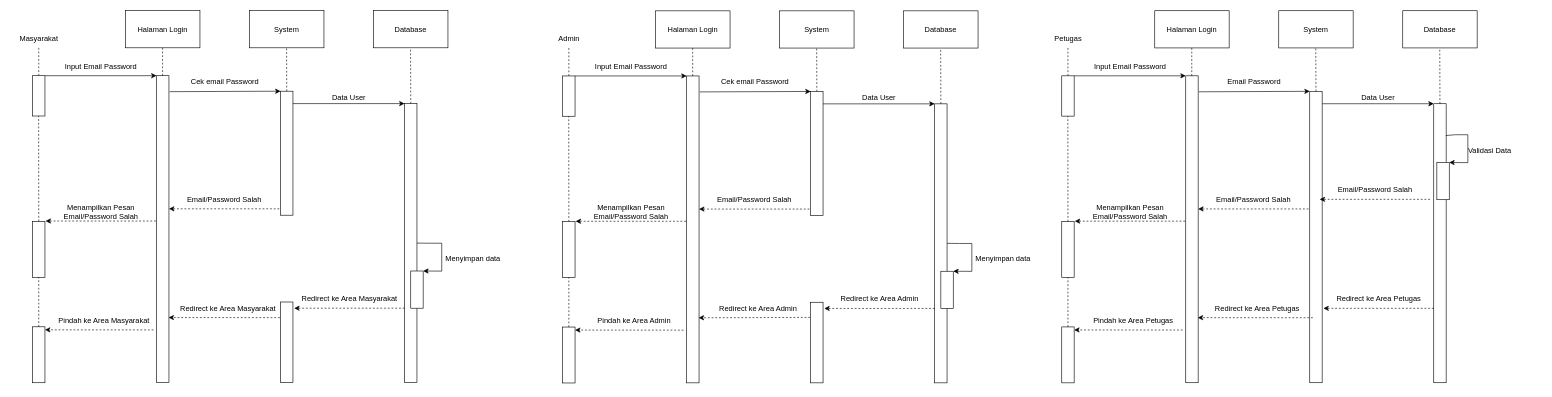
The draw.io diagram page "Sequence Digram (Login)" (9 of 12) of Untitled Diagram.drawio in Enricko/UML, before the edit. Source tidied: cells renumbered, new cells numbered last; positions are measured from the earlier drawing's top-left corner, leaving out a move shared by most shapes. Both pictures are drawn from the tidied source at 62%, with x=0, y=0 at pixel (11, 11).
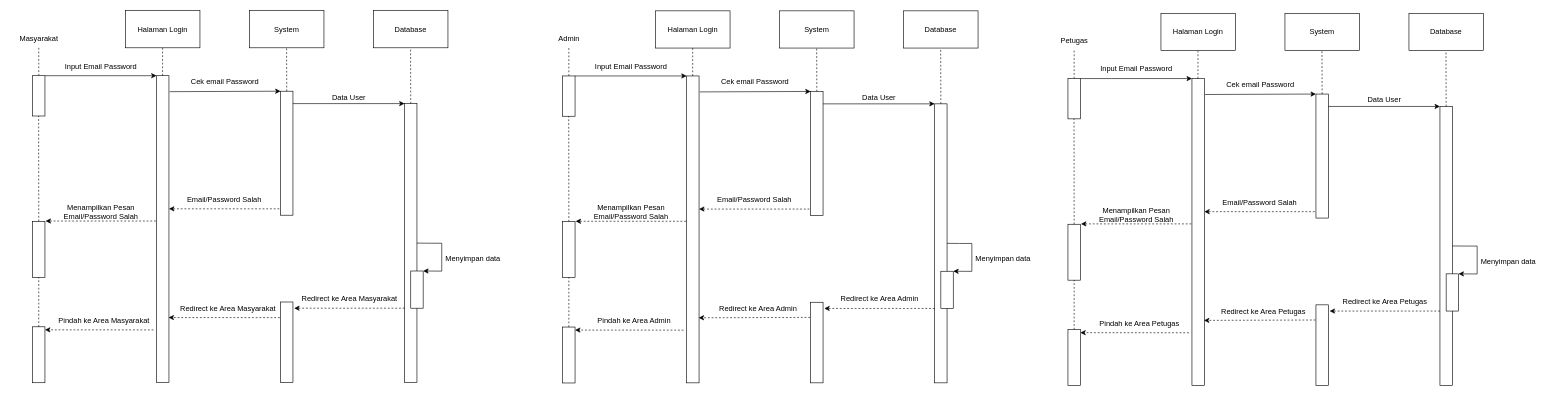
After the change.

Change to the diagram source:
```diff
@@
-    <mxCell id="37" style="endArrow=none;dashed=1;html=1;rounded=0;exitX=0.5;exitY=0;exitDx=0;exitDy=0;" parent="1" edge="1" source="40" target="38">
-      <mxGeometry relative="1" as="geometry" />
-    </mxCell>
-    <mxCell id="38" value="Petugas" style="text;html=1;align=center;verticalAlign=middle;points=[];strokeColor=none;fillColor=none;" parent="1" vertex="1">
-      <mxGeometry x="1670" y="29.8" width="70" height="30" as="geometry" />
-    </mxCell>
-    <mxCell id="39" style="edgeStyle=orthogonalEdgeStyle;rounded=0;jettySize=auto;html=1;exitX=1;exitY=0;exitDx=0;exitDy=0;entryX=0;entryY=0;entryDx=0;entryDy=0;" parent="1" edge="1" source="40" target="41">
-      <mxGeometry relative="1" as="geometry">
-        <Array as="points">
-          <mxPoint x="1765" y="104.8" />
-          <mxPoint x="1765" y="104.8" />
-        </Array>
-      </mxGeometry>
-    </mxCell>
-    <mxCell id="40" style="rounded=0;whiteSpace=wrap;html=1;" parent="1" vertex="1">
-      <mxGeometry x="1695" y="104.8" width="20" height="65" as="geometry" />
-    </mxCell>
-    <mxCell id="41" style="rounded=0;whiteSpace=wrap;html=1;" parent="1" vertex="1">
-      <mxGeometry x="1895" y="104.8" width="20" height="495" as="geometry" />
-    </mxCell>
-    <mxCell id="42" style="endArrow=none;dashed=1;html=1;rounded=0;exitX=0.5;exitY=0;exitDx=0;exitDy=0;" parent="1" edge="1">
-      <mxGeometry relative="1" as="geometry">
-        <mxPoint x="1904.7" y="104.8" as="sourcePoint" />
-        <mxPoint x="1904.7" y="59.8" as="targetPoint" />
-      </mxGeometry>
-    </mxCell>
-    <mxCell id="43" value="Halaman Login" style="whiteSpace=wrap;html=1;" parent="1" vertex="1">
-      <mxGeometry x="1845" y="-0.2" width="120" height="60" as="geometry" />
-    </mxCell>
-    <mxCell id="44" style="rounded=0;whiteSpace=wrap;html=1;" parent="1" vertex="1">
-      <mxGeometry x="2095" y="129.8" width="20" height="470" as="geometry" />
-    </mxCell>
-    <mxCell id="45" style="endArrow=none;dashed=1;html=1;rounded=0;exitX=0.5;exitY=0;exitDx=0;exitDy=0;" parent="1" edge="1" source="44">
-      <mxGeometry relative="1" as="geometry">
-        <mxPoint x="2104.7" y="59.8" as="targetPoint" />
-      </mxGeometry>
-    </mxCell>
-    <mxCell id="46" value="System" style="whiteSpace=wrap;html=1;" parent="1" vertex="1">
-      <mxGeometry x="2045" y="-0.2" width="120" height="60" as="geometry" />
-    </mxCell>
-    <mxCell id="47" style="endArrow=classic;html=1;rounded=0;exitX=1.057;exitY=0.052;exitDx=0;exitDy=0;entryX=0;entryY=0;entryDx=0;entryDy=0;exitPerimeter=0;" parent="1" edge="1" source="41" target="44">
-      <mxGeometry relative="1" as="geometry" />
-    </mxCell>
-    <mxCell id="48" value="Input Email Password" style="text;html=1;align=center;verticalAlign=middle;strokeColor=none;fillColor=none;" parent="1" vertex="1">
-      <mxGeometry x="1735" y="74.8" width="140" height="30" as="geometry" />
-    </mxCell>
-    <mxCell id="49" value="Email Password" style="text;html=1;align=center;verticalAlign=middle;strokeColor=none;fillColor=none;" parent="1" vertex="1">
-      <mxGeometry x="1950" y="99.8" width="110" height="30" as="geometry" />
-    </mxCell>
-    <mxCell id="50" style="rounded=0;whiteSpace=wrap;html=1;" parent="1" vertex="1">
-      <mxGeometry x="2295" y="149.8" width="20" height="450" as="geometry" />
-    </mxCell>
-    <mxCell id="51" style="endArrow=none;dashed=1;html=1;rounded=0;exitX=0.5;exitY=0;exitDx=0;exitDy=0;" parent="1" edge="1" source="50">
-      <mxGeometry relative="1" as="geometry">
-        <mxPoint x="2304.7" y="59.8" as="targetPoint" />
-      </mxGeometry>
-    </mxCell>
-    <mxCell id="52" value="Database" style="whiteSpace=wrap;html=1;" parent="1" vertex="1">
-      <mxGeometry x="2245" y="-0.2" width="120" height="60" as="geometry" />
-    </mxCell>
-    <mxCell id="53" style="endArrow=classic;html=1;rounded=0;exitX=1.017;exitY=0.111;exitDx=0;exitDy=0;entryX=0;entryY=0;entryDx=0;entryDy=0;exitPerimeter=0;" parent="1" edge="1">
-      <mxGeometry relative="1" as="geometry">
-        <mxPoint x="2115" y="149.8" as="sourcePoint" />
-        <mxPoint x="2295" y="149.8" as="targetPoint" />
-      </mxGeometry>
-    </mxCell>
-    <mxCell id="54" value="Data User" style="text;html=1;align=center;verticalAlign=middle;strokeColor=none;fillColor=none;" parent="1" vertex="1">
-      <mxGeometry x="2165" y="124.8" width="80" height="30" as="geometry" />
-    </mxCell>
-    <mxCell id="55" style="rounded=0;whiteSpace=wrap;html=1;" parent="1" vertex="1">
-      <mxGeometry x="1695" y="339.8" width="20" height="90.2" as="geometry" />
-    </mxCell>
-    <mxCell id="56" style="endArrow=none;dashed=1;html=1;rounded=0;exitX=0.5;exitY=0;exitDx=0;exitDy=0;" parent="1" edge="1" source="55">
-      <mxGeometry relative="1" as="geometry">
-        <mxPoint x="1704.8" y="169.8" as="targetPoint" />
-      </mxGeometry>
-    </mxCell>
-    <mxCell id="57" style="rounded=0;whiteSpace=wrap;html=1;" parent="1" vertex="1">
-      <mxGeometry x="2300" y="244.6" width="20" height="60" as="geometry" />
-    </mxCell>
-    <mxCell id="58" style="endArrow=classic;html=1;rounded=0;entryX=1;entryY=0;entryDx=0;entryDy=0;exitX=0.971;exitY=0.114;exitDx=0;exitDy=0;exitPerimeter=0;" parent="1" edge="1" source="50" target="57">
-      <mxGeometry relative="1" as="geometry">
-        <Array as="points">
-          <mxPoint x="2330" y="199.8" />
-          <mxPoint x="2350" y="199.8" />
-          <mxPoint x="2350" y="244.8" />
-        </Array>
-      </mxGeometry>
-    </mxCell>
-    <mxCell id="59" value="Validasi Data" style="text;html=1;align=center;verticalAlign=middle;strokeColor=none;fillColor=none;" parent="1" vertex="1">
-      <mxGeometry x="2340" y="209.8" width="90" height="30" as="geometry" />
-    </mxCell>
-    <mxCell id="60" style="endArrow=classic;html=1;rounded=0;dashed=1;exitX=-0.055;exitY=0.336;exitDx=0;exitDy=0;exitPerimeter=0;entryX=1.029;entryY=0.401;entryDx=0;entryDy=0;entryPerimeter=0;" parent="1" edge="1">
-      <mxGeometry relative="1" as="geometry">
-        <mxPoint x="2289" y="304" as="sourcePoint" />
-        <mxPoint x="2111" y="304" as="targetPoint" />
-      </mxGeometry>
-    </mxCell>
-    <mxCell id="61" value="Email/Password Salah" style="text;html=1;align=center;verticalAlign=middle;strokeColor=none;fillColor=none;" parent="1" vertex="1">
-      <mxGeometry x="2130" y="274" width="140" height="30" as="geometry" />
-    </mxCell>
-    <mxCell id="62" style="endArrow=classic;html=1;rounded=0;dashed=1;exitX=-0.055;exitY=0.336;exitDx=0;exitDy=0;exitPerimeter=0;entryX=1.029;entryY=0.401;entryDx=0;entryDy=0;entryPerimeter=0;" parent="1" edge="1">
-      <mxGeometry relative="1" as="geometry">
-        <mxPoint x="2093" y="319.5" as="sourcePoint" />
-        <mxPoint x="1915" y="319.5" as="targetPoint" />
-      </mxGeometry>
-    </mxCell>
-    <mxCell id="63" value="Email/Password Salah" style="text;html=1;align=center;verticalAlign=middle;strokeColor=none;fillColor=none;" parent="1" vertex="1">
-      <mxGeometry x="1934" y="289.5" width="140" height="30" as="geometry" />
-    </mxCell>
-    <mxCell id="64" style="endArrow=classic;html=1;rounded=0;dashed=1;exitX=-0.055;exitY=0.336;exitDx=0;exitDy=0;exitPerimeter=0;entryX=1.029;entryY=0.401;entryDx=0;entryDy=0;entryPerimeter=0;" parent="1" edge="1">
-      <mxGeometry relative="1" as="geometry">
-        <mxPoint x="1894" y="339.2" as="sourcePoint" />
-        <mxPoint x="1716" y="339.2" as="targetPoint" />
-      </mxGeometry>
-    </mxCell>
-    <mxCell id="65" value="Menampilkan Pesan&lt;br&gt;Email/Password Salah" style="text;html=1;align=center;verticalAlign=middle;strokeColor=none;fillColor=none;" parent="1" vertex="1">
-      <mxGeometry x="1735" y="304.2" width="140" height="40" as="geometry" />
-    </mxCell>
-    <mxCell id="66" style="endArrow=classic;html=1;rounded=0;dashed=1;exitX=-0.055;exitY=0.336;exitDx=0;exitDy=0;exitPerimeter=0;entryX=1.029;entryY=0.401;entryDx=0;entryDy=0;entryPerimeter=0;" parent="1" edge="1">
-      <mxGeometry relative="1" as="geometry">
-        <mxPoint x="2295" y="479.8" as="sourcePoint" />
-        <mxPoint x="2117" y="479.8" as="targetPoint" />
-      </mxGeometry>
-    </mxCell>
-    <mxCell id="67" value="Redirect ke Area Petugas" style="text;html=1;align=center;verticalAlign=middle;strokeColor=none;fillColor=none;" parent="1" vertex="1">
-      <mxGeometry x="2126" y="449.8" width="160" height="30" as="geometry" />
-    </mxCell>
-    <mxCell id="68" style="endArrow=classic;html=1;rounded=0;dashed=1;entryX=0.971;entryY=0.788;entryDx=0;entryDy=0;entryPerimeter=0;exitX=0.25;exitY=0.777;exitDx=0;exitDy=0;exitPerimeter=0;" parent="1" edge="1" source="44" target="41">
-      <mxGeometry relative="1" as="geometry" />
-    </mxCell>
-    <mxCell id="69" value="Redirect ke Area Petugas" style="text;html=1;align=center;verticalAlign=middle;strokeColor=none;fillColor=none;" parent="1" vertex="1">
-      <mxGeometry x="1930" y="465.3" width="160" height="30" as="geometry" />
-    </mxCell>
-    <mxCell id="70" style="endArrow=classic;html=1;rounded=0;dashed=1;entryX=1;entryY=0.054;entryDx=0;entryDy=0;entryPerimeter=0;" parent="1" edge="1" target="71">
-      <mxGeometry relative="1" as="geometry">
-        <mxPoint x="1890" y="514.8" as="sourcePoint" />
-      </mxGeometry>
-    </mxCell>
-    <mxCell id="71" style="rounded=0;whiteSpace=wrap;html=1;" parent="1" vertex="1">
-      <mxGeometry x="1695" y="509.8" width="20" height="90.2" as="geometry" />
-    </mxCell>
-    <mxCell id="72" style="endArrow=none;dashed=1;html=1;rounded=0;" parent="1" edge="1">
-      <mxGeometry relative="1" as="geometry">
-        <mxPoint x="1705" y="509.8" as="sourcePoint" />
-        <mxPoint x="1705" y="429.8" as="targetPoint" />
-      </mxGeometry>
-    </mxCell>
-    <mxCell id="73" value="Pindah ke Area Petugas" style="text;html=1;align=center;verticalAlign=middle;strokeColor=none;fillColor=none;" parent="1" vertex="1">
-      <mxGeometry x="1735" y="484.8" width="150" height="30" as="geometry" />
-    </mxCell>
@@
+    <mxCell id="111" style="endArrow=none;dashed=1;html=1;rounded=0;exitX=0.5;exitY=0;exitDx=0;exitDy=0;" parent="1" edge="1" source="113" target="38">
+      <mxGeometry relative="1" as="geometry" />
+    </mxCell>
+    <mxCell id="38" value="Petugas" style="text;html=1;align=center;verticalAlign=middle;points=[];strokeColor=none;fillColor=none;" parent="1" vertex="1">
+      <mxGeometry x="1680" y="34.2" width="70" height="30" as="geometry" />
+    </mxCell>
+    <mxCell id="112" style="edgeStyle=orthogonalEdgeStyle;rounded=0;jettySize=auto;html=1;exitX=1;exitY=0;exitDx=0;exitDy=0;entryX=0;entryY=0;entryDx=0;entryDy=0;" parent="1" edge="1" source="113" target="114">
+      <mxGeometry relative="1" as="geometry">
+        <Array as="points">
+          <mxPoint x="1775" y="109.2" />
+          <mxPoint x="1775" y="109.2" />
+        </Array>
+      </mxGeometry>
+    </mxCell>
+    <mxCell id="113" style="rounded=0;whiteSpace=wrap;html=1;" parent="1" vertex="1">
+      <mxGeometry x="1705" y="109.2" width="20" height="65" as="geometry" />
+    </mxCell>
+    <mxCell id="114" style="rounded=0;whiteSpace=wrap;html=1;" parent="1" vertex="1">
+      <mxGeometry x="1905" y="109.2" width="20" height="495" as="geometry" />
+    </mxCell>
+    <mxCell id="115" style="endArrow=none;dashed=1;html=1;rounded=0;exitX=0.5;exitY=0;exitDx=0;exitDy=0;" parent="1" edge="1">
+      <mxGeometry relative="1" as="geometry">
+        <mxPoint x="1914.7" y="109.2" as="sourcePoint" />
+        <mxPoint x="1914.7" y="64.2" as="targetPoint" />
+      </mxGeometry>
+    </mxCell>
+    <mxCell id="43" value="Halaman Login" style="whiteSpace=wrap;html=1;" parent="1" vertex="1">
+      <mxGeometry x="1855" y="4.2" width="120" height="60" as="geometry" />
+    </mxCell>
+    <mxCell id="116" style="rounded=0;whiteSpace=wrap;html=1;" parent="1" vertex="1">
+      <mxGeometry x="2105" y="134.2" width="20" height="200" as="geometry" />
+    </mxCell>
+    <mxCell id="117" style="endArrow=none;dashed=1;html=1;rounded=0;exitX=0.5;exitY=0;exitDx=0;exitDy=0;" parent="1" edge="1" source="116">
+      <mxGeometry relative="1" as="geometry">
+        <mxPoint x="2114.7" y="64.2" as="targetPoint" />
+      </mxGeometry>
+    </mxCell>
+    <mxCell id="46" value="System" style="whiteSpace=wrap;html=1;" parent="1" vertex="1">
+      <mxGeometry x="2055" y="4.2" width="120" height="60" as="geometry" />
+    </mxCell>
+    <mxCell id="118" style="endArrow=classic;html=1;rounded=0;exitX=1.057;exitY=0.052;exitDx=0;exitDy=0;entryX=0;entryY=0;entryDx=0;entryDy=0;exitPerimeter=0;" parent="1" edge="1" source="114" target="116">
+      <mxGeometry relative="1" as="geometry" />
+    </mxCell>
+    <mxCell id="48" value="Input Email Password" style="text;html=1;align=center;verticalAlign=middle;strokeColor=none;fillColor=none;" parent="1" vertex="1">
+      <mxGeometry x="1745" y="79.2" width="140" height="30" as="geometry" />
+    </mxCell>
+    <mxCell id="119" value="Cek email Password" style="text;html=1;align=center;verticalAlign=middle;strokeColor=none;fillColor=none;" parent="1" vertex="1">
+      <mxGeometry x="1950" y="104.2" width="130" height="30" as="geometry" />
+    </mxCell>
+    <mxCell id="120" style="rounded=0;whiteSpace=wrap;html=1;" parent="1" vertex="1">
+      <mxGeometry x="2305" y="154.2" width="20" height="450" as="geometry" />
+    </mxCell>
+    <mxCell id="121" style="endArrow=none;dashed=1;html=1;rounded=0;exitX=0.5;exitY=0;exitDx=0;exitDy=0;" parent="1" edge="1" source="120">
+      <mxGeometry relative="1" as="geometry">
+        <mxPoint x="2314.7" y="64.2" as="targetPoint" />
+      </mxGeometry>
+    </mxCell>
+    <mxCell id="52" value="Database" style="whiteSpace=wrap;html=1;" parent="1" vertex="1">
+      <mxGeometry x="2255" y="4.2" width="120" height="60" as="geometry" />
+    </mxCell>
+    <mxCell id="122" style="endArrow=classic;html=1;rounded=0;exitX=1.017;exitY=0.111;exitDx=0;exitDy=0;entryX=0;entryY=0;entryDx=0;entryDy=0;exitPerimeter=0;" parent="1" edge="1">
+      <mxGeometry relative="1" as="geometry">
+        <mxPoint x="2125" y="154.2" as="sourcePoint" />
+        <mxPoint x="2305" y="154.2" as="targetPoint" />
+      </mxGeometry>
+    </mxCell>
+    <mxCell id="54" value="Data User" style="text;html=1;align=center;verticalAlign=middle;strokeColor=none;fillColor=none;" parent="1" vertex="1">
+      <mxGeometry x="2175" y="129.2" width="80" height="30" as="geometry" />
+    </mxCell>
+    <mxCell id="123" style="rounded=0;whiteSpace=wrap;html=1;" parent="1" vertex="1">
+      <mxGeometry x="1705" y="344.2" width="20" height="90.2" as="geometry" />
+    </mxCell>
+    <mxCell id="124" style="endArrow=none;dashed=1;html=1;rounded=0;exitX=0.5;exitY=0;exitDx=0;exitDy=0;" parent="1" edge="1" source="123">
+      <mxGeometry relative="1" as="geometry">
+        <mxPoint x="1714.8" y="174.2" as="targetPoint" />
+      </mxGeometry>
+    </mxCell>
+    <mxCell id="125" style="rounded=0;whiteSpace=wrap;html=1;" parent="1" vertex="1">
+      <mxGeometry x="2315" y="424.2" width="20" height="60" as="geometry" />
+    </mxCell>
+    <mxCell id="126" style="endArrow=classic;html=1;rounded=0;entryX=1;entryY=0;entryDx=0;entryDy=0;exitX=1;exitY=0.5;exitDx=0;exitDy=0;" parent="1" edge="1" source="120" target="125">
+      <mxGeometry relative="1" as="geometry">
+        <Array as="points">
+          <mxPoint x="2345" y="379.4" />
+          <mxPoint x="2365" y="379.4" />
+          <mxPoint x="2365" y="424.4" />
+        </Array>
+      </mxGeometry>
+    </mxCell>
+    <mxCell id="127" value="Menyimpan data" style="text;html=1;align=center;verticalAlign=middle;strokeColor=none;fillColor=none;" parent="1" vertex="1">
+      <mxGeometry x="2360" y="389.2" width="110" height="30" as="geometry" />
+    </mxCell>
+    <mxCell id="128" style="endArrow=classic;html=1;rounded=0;dashed=1;exitX=-0.055;exitY=0.336;exitDx=0;exitDy=0;exitPerimeter=0;entryX=1.029;entryY=0.401;entryDx=0;entryDy=0;entryPerimeter=0;" parent="1" edge="1">
+      <mxGeometry relative="1" as="geometry">
+        <mxPoint x="2103" y="323.9" as="sourcePoint" />
+        <mxPoint x="1925" y="323.9" as="targetPoint" />
+      </mxGeometry>
+    </mxCell>
+    <mxCell id="129" value="Email/Password Salah" style="text;html=1;align=center;verticalAlign=middle;strokeColor=none;fillColor=none;" parent="1" vertex="1">
+      <mxGeometry x="1944" y="293.9" width="140" height="30" as="geometry" />
+    </mxCell>
+    <mxCell id="130" style="endArrow=classic;html=1;rounded=0;dashed=1;exitX=-0.055;exitY=0.336;exitDx=0;exitDy=0;exitPerimeter=0;entryX=1.029;entryY=0.401;entryDx=0;entryDy=0;entryPerimeter=0;" parent="1" edge="1">
+      <mxGeometry relative="1" as="geometry">
+        <mxPoint x="1904" y="343.6" as="sourcePoint" />
+        <mxPoint x="1726" y="343.6" as="targetPoint" />
+      </mxGeometry>
+    </mxCell>
+    <mxCell id="65" value="Menampilkan Pesan&lt;br&gt;Email/Password Salah" style="text;html=1;align=center;verticalAlign=middle;strokeColor=none;fillColor=none;" parent="1" vertex="1">
+      <mxGeometry x="1745" y="308.6" width="140" height="40" as="geometry" />
+    </mxCell>
+    <mxCell id="131" style="endArrow=classic;html=1;rounded=0;dashed=1;exitX=-0.055;exitY=0.336;exitDx=0;exitDy=0;exitPerimeter=0;entryX=1.029;entryY=0.401;entryDx=0;entryDy=0;entryPerimeter=0;" parent="1" edge="1">
+      <mxGeometry relative="1" as="geometry">
+        <mxPoint x="2305" y="484.2" as="sourcePoint" />
+        <mxPoint x="2127" y="484.2" as="targetPoint" />
+      </mxGeometry>
+    </mxCell>
+    <mxCell id="132" value="Redirect ke Area Petugas" style="text;html=1;align=center;verticalAlign=middle;strokeColor=none;fillColor=none;" parent="1" vertex="1">
+      <mxGeometry x="2136" y="454.2" width="160" height="30" as="geometry" />
+    </mxCell>
+    <mxCell id="133" style="endArrow=classic;html=1;rounded=0;dashed=1;entryX=0.971;entryY=0.788;entryDx=0;entryDy=0;entryPerimeter=0;exitX=-0.04;exitY=0.188;exitDx=0;exitDy=0;exitPerimeter=0;" parent="1" edge="1" source="138" target="114">
+      <mxGeometry relative="1" as="geometry" />
+    </mxCell>
+    <mxCell id="134" value="Redirect ke Area Petugas" style="text;html=1;align=center;verticalAlign=middle;strokeColor=none;fillColor=none;" parent="1" vertex="1">
+      <mxGeometry x="1940" y="469.7" width="160" height="30" as="geometry" />
+    </mxCell>
+    <mxCell id="135" style="endArrow=classic;html=1;rounded=0;dashed=1;entryX=1;entryY=0.054;entryDx=0;entryDy=0;entryPerimeter=0;" parent="1" edge="1" target="136">
+      <mxGeometry relative="1" as="geometry">
+        <mxPoint x="1900" y="519.2" as="sourcePoint" />
+      </mxGeometry>
+    </mxCell>
+    <mxCell id="136" style="rounded=0;whiteSpace=wrap;html=1;" parent="1" vertex="1">
+      <mxGeometry x="1705" y="514.2" width="20" height="90.2" as="geometry" />
+    </mxCell>
+    <mxCell id="137" style="endArrow=none;dashed=1;html=1;rounded=0;" parent="1" edge="1">
+      <mxGeometry relative="1" as="geometry">
+        <mxPoint x="1715" y="514.2" as="sourcePoint" />
+        <mxPoint x="1715" y="434.2" as="targetPoint" />
+      </mxGeometry>
+    </mxCell>
+    <mxCell id="73" value="Pindah ke Area Petugas" style="text;html=1;align=center;verticalAlign=middle;strokeColor=none;fillColor=none;" parent="1" vertex="1">
+      <mxGeometry x="1745" y="489.2" width="150" height="30" as="geometry" />
+    </mxCell>
+    <mxCell id="138" style="rounded=0;whiteSpace=wrap;html=1;" parent="1" vertex="1">
+      <mxGeometry x="2105" y="474.2" width="20" height="130" as="geometry" />
+    </mxCell>
```
